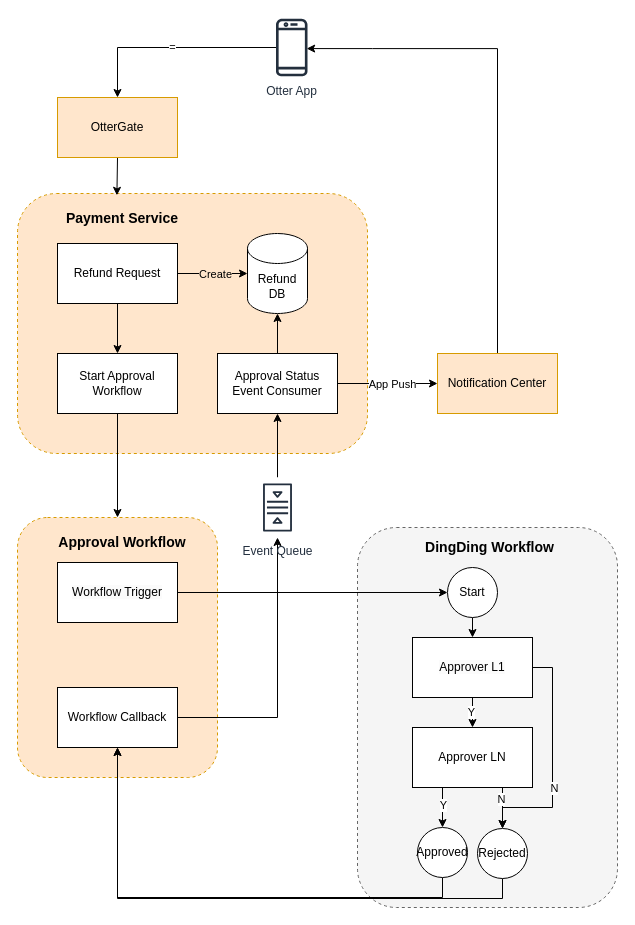
Earlier version of the draw.io diagram Refund Process.drawio (evagle/awesome). Source tidied: cells renumbered, new cells numbered last; positions are measured from the earlier drawing's top-left corner, leaving out a move shared by most shapes. Both pictures are drawn from the tidied source at 100%, with x=0, y=0 at pixel (17, 17).
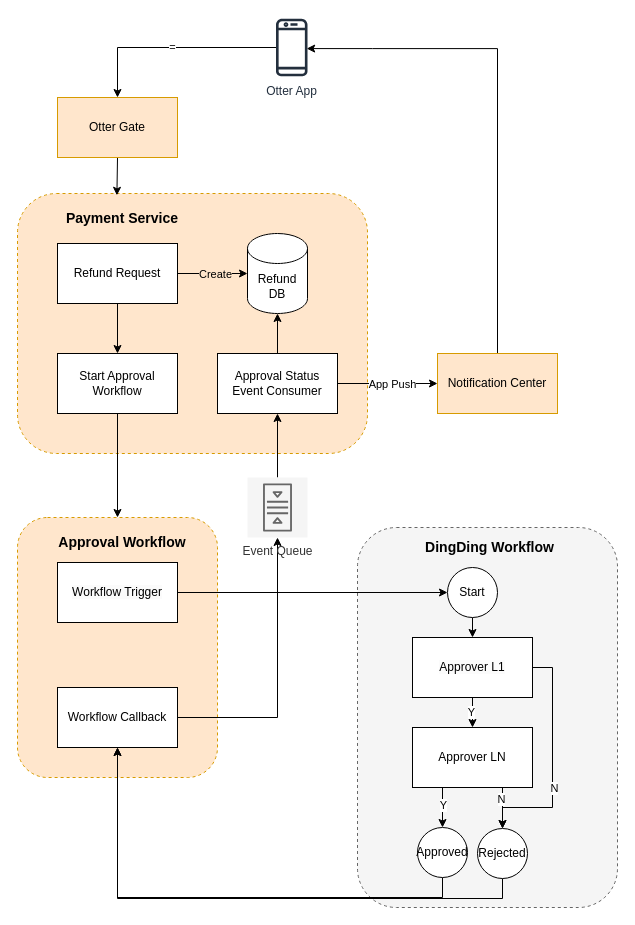
The same diagram, later.

Diff of the diagram source:
```diff
@@
-    <mxCell id="42" value="Event Queue" style="sketch=0;outlineConnect=0;fontColor=#232F3E;gradientColor=none;strokeColor=#232F3E;fillColor=#ffffff;dashed=0;verticalLabelPosition=bottom;verticalAlign=top;align=center;html=1;fontSize=12;fontStyle=0;shape=mxgraph.aws4.resourceIcon;resIcon=mxgraph.aws4.queue;direction=south;" parent="1" vertex="1">
+    <mxCell id="42" value="Event Queue" style="sketch=0;outlineConnect=0;fontColor=#333333;strokeColor=#666666;fillColor=#f5f5f5;dashed=0;verticalLabelPosition=bottom;verticalAlign=top;align=center;html=1;fontSize=12;fontStyle=0;shape=mxgraph.aws4.resourceIcon;resIcon=mxgraph.aws4.queue;direction=south;" parent="1" vertex="1">
       <mxGeometry x="230" y="460" width="60" height="60" as="geometry" />
     </mxCell>
@@
-    <mxCell id="46" value="OtterGate" style="rounded=0;whiteSpace=wrap;html=1;fillColor=#ffe6cc;strokeColor=#d79b00;" parent="1" vertex="1">
+    <mxCell id="46" value="Otter Gate" style="rounded=0;whiteSpace=wrap;html=1;fillColor=#ffe6cc;strokeColor=#d79b00;" parent="1" vertex="1">
       <mxGeometry x="40" y="80" width="120" height="60" as="geometry" />
     </mxCell>
```
